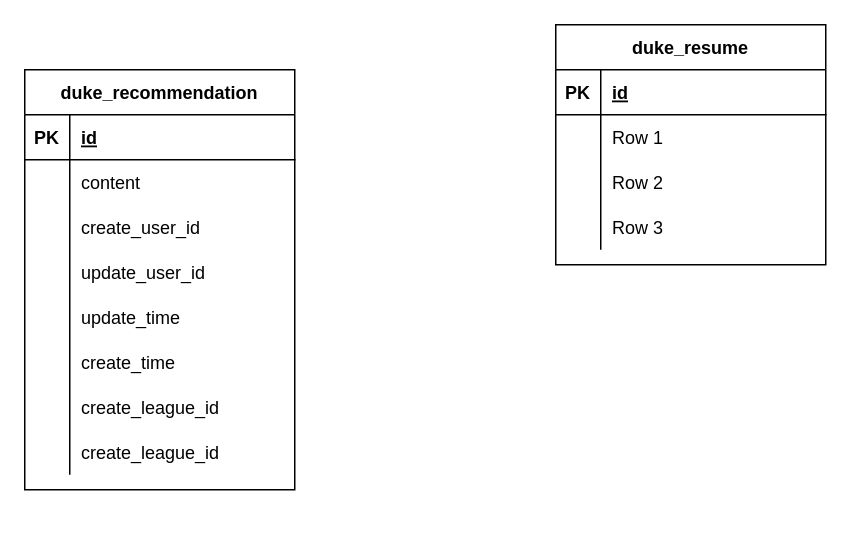
Earlier version of the draw.io diagram dukeRED.drawio (JohntunLiu/diagrams). Source tidied: cells renumbered, new cells numbered last; positions are measured from the earlier drawing's top-left corner, leaving out a move shared by most shapes. Both pictures are drawn from the tidied source at 150%, with x=0, y=0 at pixel (24, 24).
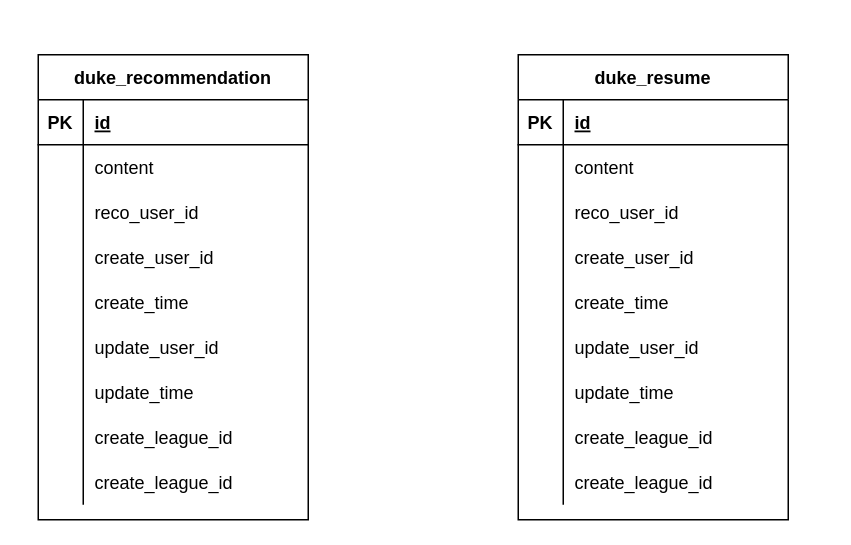
Above is the later version.

The change refers to these unchanged cells:
```xml
<mxCell id="31" style="shape=tableRow;horizontal=0;startSize=0;swimlaneHead=0;swimlaneBody=0;fillColor=none;top=0;left=0;right=0;bottom=0;" parent="27" vertex="1">
  <mxGeometry y="60" width="180" height="30" as="geometry" />
</mxCell>
<mxCell id="37" style="shape=tableRow;horizontal=0;startSize=0;swimlaneHead=0;swimlaneBody=0;fillColor=none;top=0;left=0;right=0;bottom=0;" parent="27" vertex="1">
  <mxGeometry y="120" width="180" height="30" as="geometry" />
</mxCell>
```

Change to the diagram source:
```diff
@@
     <mxCell id="2" value="duke_recommendation" style="shape=table;startSize=30;childLayout=tableLayout;rowLines=0;fontStyle=1;align=center;" parent="1" vertex="1">
-      <mxGeometry y="30" width="180" height="280" as="geometry" />
+      <mxGeometry x="9" y="20" width="180" height="310" as="geometry" />
     </mxCell>
@@
+    <mxCell id="40" style="shape=tableRow;horizontal=0;startSize=0;swimlaneHead=0;swimlaneBody=0;fillColor=none;top=0;left=0;right=0;bottom=0;" parent="2" vertex="1">
+      <mxGeometry y="90" width="180" height="30" as="geometry" />
+    </mxCell>
+    <mxCell id="41" style="shape=partialRectangle;fillColor=none;top=0;left=0;bottom=0;right=0;overflow=hidden;" parent="40" vertex="1">
+      <mxGeometry width="30" height="30" as="geometry" />
+    </mxCell>
+    <mxCell id="42" value="reco_user_id" style="shape=partialRectangle;fillColor=none;top=0;left=0;bottom=0;right=0;align=left;spacingLeft=6;overflow=hidden;" parent="40" vertex="1">
+      <mxGeometry x="30" width="150" height="30" as="geometry" />
+    </mxCell>
     <mxCell id="9" style="shape=tableRow;horizontal=0;startSize=0;swimlaneHead=0;swimlaneBody=0;fillColor=none;top=0;left=0;right=0;bottom=0;" parent="2" vertex="1">
-      <mxGeometry y="90" width="180" height="30" as="geometry" />
+      <mxGeometry y="120" width="180" height="30" as="geometry" />
     </mxCell>
@@
+    <mxCell id="18" style="shape=tableRow;horizontal=0;startSize=0;swimlaneHead=0;swimlaneBody=0;fillColor=none;top=0;left=0;right=0;bottom=0;" parent="2" vertex="1">
+      <mxGeometry y="150" width="180" height="30" as="geometry" />
+    </mxCell>
+    <mxCell id="19" style="shape=partialRectangle;fillColor=none;top=0;left=0;bottom=0;right=0;overflow=hidden;" parent="18" vertex="1">
+      <mxGeometry width="30" height="30" as="geometry" />
+    </mxCell>
+    <mxCell id="20" value="create_time" style="shape=partialRectangle;fillColor=none;top=0;left=0;bottom=0;right=0;align=left;spacingLeft=6;overflow=hidden;" parent="18" vertex="1">
+      <mxGeometry x="30" width="150" height="30" as="geometry" />
+    </mxCell>
     <mxCell id="12" style="shape=tableRow;horizontal=0;startSize=0;swimlaneHead=0;swimlaneBody=0;fillColor=none;top=0;left=0;right=0;bottom=0;" parent="2" vertex="1">
-      <mxGeometry y="120" width="180" height="30" as="geometry" />
+      <mxGeometry y="180" width="180" height="30" as="geometry" />
     </mxCell>
@@
     <mxCell id="15" style="shape=tableRow;horizontal=0;startSize=0;swimlaneHead=0;swimlaneBody=0;fillColor=none;top=0;left=0;right=0;bottom=0;" parent="2" vertex="1">
-      <mxGeometry y="150" width="180" height="30" as="geometry" />
+      <mxGeometry y="210" width="180" height="30" as="geometry" />
     </mxCell>
@@
-    <mxCell id="18" style="shape=tableRow;horizontal=0;startSize=0;swimlaneHead=0;swimlaneBody=0;fillColor=none;top=0;left=0;right=0;bottom=0;" parent="2" vertex="1">
-      <mxGeometry y="180" width="180" height="30" as="geometry" />
-    </mxCell>
-    <mxCell id="19" style="shape=partialRectangle;fillColor=none;top=0;left=0;bottom=0;right=0;overflow=hidden;" parent="18" vertex="1">
-      <mxGeometry width="30" height="30" as="geometry" />
-    </mxCell>
-    <mxCell id="20" value="create_time" style="shape=partialRectangle;fillColor=none;top=0;left=0;bottom=0;right=0;align=left;spacingLeft=6;overflow=hidden;" parent="18" vertex="1">
-      <mxGeometry x="30" width="150" height="30" as="geometry" />
-    </mxCell>
     <mxCell id="21" style="shape=tableRow;horizontal=0;startSize=0;swimlaneHead=0;swimlaneBody=0;fillColor=none;top=0;left=0;right=0;bottom=0;" parent="2" vertex="1">
-      <mxGeometry y="210" width="180" height="30" as="geometry" />
+      <mxGeometry y="240" width="180" height="30" as="geometry" />
     </mxCell>
@@
     <mxCell id="24" style="shape=tableRow;horizontal=0;startSize=0;swimlaneHead=0;swimlaneBody=0;fillColor=none;top=0;left=0;right=0;bottom=0;" parent="2" vertex="1">
-      <mxGeometry y="240" width="180" height="30" as="geometry" />
+      <mxGeometry y="270" width="180" height="30" as="geometry" />
     </mxCell>
@@
     <mxCell id="27" value="duke_resume" style="shape=table;startSize=30;childLayout=tableLayout;rowLines=0;fontStyle=1;align=center;" parent="1" vertex="1">
-      <mxGeometry x="354" width="180" height="160" as="geometry" />
+      <mxGeometry x="329" y="20" width="180" height="310" as="geometry" />
     </mxCell>
@@
-    <mxCell id="32" style="shape=partialRectangle;fillColor=none;top=0;left=0;bottom=0;right=0;overflow=hidden;" parent="31" vertex="1">
-      <mxGeometry width="30" height="30" as="geometry" />
-    </mxCell>
-    <mxCell id="33" value="Row 1" style="shape=partialRectangle;fillColor=none;top=0;left=0;bottom=0;right=0;align=left;spacingLeft=6;overflow=hidden;" parent="31" vertex="1">
-      <mxGeometry x="30" width="150" height="30" as="geometry" />
-    </mxCell>
-    <mxCell id="34" style="shape=tableRow;horizontal=0;startSize=0;swimlaneHead=0;swimlaneBody=0;fillColor=none;top=0;left=0;right=0;bottom=0;" parent="27" vertex="1">
-      <mxGeometry y="90" width="180" height="30" as="geometry" />
-    </mxCell>
-    <mxCell id="35" style="shape=partialRectangle;fillColor=none;top=0;left=0;bottom=0;right=0;overflow=hidden;" parent="34" vertex="1">
-      <mxGeometry width="30" height="30" as="geometry" />
-    </mxCell>
-    <mxCell id="36" value="Row 2" style="shape=partialRectangle;fillColor=none;top=0;left=0;bottom=0;right=0;align=left;spacingLeft=6;overflow=hidden;" parent="34" vertex="1">
-      <mxGeometry x="30" width="150" height="30" as="geometry" />
-    </mxCell>
+    <mxCell id="43" style="shape=partialRectangle;fillColor=none;top=0;left=0;bottom=0;right=0;overflow=hidden;" parent="31" vertex="1">
+      <mxGeometry width="30" height="30" as="geometry" />
+    </mxCell>
+    <mxCell id="44" value="content" style="shape=partialRectangle;fillColor=none;top=0;left=0;bottom=0;right=0;align=left;spacingLeft=6;overflow=hidden;" parent="31" vertex="1">
+      <mxGeometry x="30" width="150" height="30" as="geometry" />
+    </mxCell>
+    <mxCell id="45" style="shape=tableRow;horizontal=0;startSize=0;swimlaneHead=0;swimlaneBody=0;fillColor=none;top=0;left=0;right=0;bottom=0;" parent="27" vertex="1">
+      <mxGeometry y="90" width="180" height="30" as="geometry" />
+    </mxCell>
+    <mxCell id="46" style="shape=partialRectangle;fillColor=none;top=0;left=0;bottom=0;right=0;overflow=hidden;" parent="45" vertex="1">
+      <mxGeometry width="30" height="30" as="geometry" />
+    </mxCell>
+    <mxCell id="47" value="reco_user_id" style="shape=partialRectangle;fillColor=none;top=0;left=0;bottom=0;right=0;align=left;spacingLeft=6;overflow=hidden;" parent="45" vertex="1">
+      <mxGeometry x="30" width="150" height="30" as="geometry" />
+    </mxCell>
@@
-    <mxCell id="38" style="shape=partialRectangle;fillColor=none;top=0;left=0;bottom=0;right=0;overflow=hidden;" parent="37" vertex="1">
-      <mxGeometry width="30" height="30" as="geometry" />
-    </mxCell>
-    <mxCell id="39" value="Row 3" style="shape=partialRectangle;fillColor=none;top=0;left=0;bottom=0;right=0;align=left;spacingLeft=6;overflow=hidden;" parent="37" vertex="1">
-      <mxGeometry x="30" width="150" height="30" as="geometry" />
-    </mxCell>
+    <mxCell id="48" style="shape=partialRectangle;fillColor=none;top=0;left=0;bottom=0;right=0;overflow=hidden;" parent="37" vertex="1">
+      <mxGeometry width="30" height="30" as="geometry" />
+    </mxCell>
+    <mxCell id="49" value="create_user_id" style="shape=partialRectangle;fillColor=none;top=0;left=0;bottom=0;right=0;align=left;spacingLeft=6;overflow=hidden;" parent="37" vertex="1">
+      <mxGeometry x="30" width="150" height="30" as="geometry" />
+    </mxCell>
+    <mxCell id="50" style="shape=tableRow;horizontal=0;startSize=0;swimlaneHead=0;swimlaneBody=0;fillColor=none;top=0;left=0;right=0;bottom=0;" parent="27" vertex="1">
+      <mxGeometry y="150" width="180" height="30" as="geometry" />
+    </mxCell>
+    <mxCell id="51" style="shape=partialRectangle;fillColor=none;top=0;left=0;bottom=0;right=0;overflow=hidden;" parent="50" vertex="1">
+      <mxGeometry width="30" height="30" as="geometry" />
+    </mxCell>
+    <mxCell id="52" value="create_time" style="shape=partialRectangle;fillColor=none;top=0;left=0;bottom=0;right=0;align=left;spacingLeft=6;overflow=hidden;" parent="50" vertex="1">
+      <mxGeometry x="30" width="150" height="30" as="geometry" />
+    </mxCell>
+    <mxCell id="53" style="shape=tableRow;horizontal=0;startSize=0;swimlaneHead=0;swimlaneBody=0;fillColor=none;top=0;left=0;right=0;bottom=0;" parent="27" vertex="1">
+      <mxGeometry y="180" width="180" height="30" as="geometry" />
+    </mxCell>
+    <mxCell id="54" style="shape=partialRectangle;fillColor=none;top=0;left=0;bottom=0;right=0;overflow=hidden;" parent="53" vertex="1">
+      <mxGeometry width="30" height="30" as="geometry" />
+    </mxCell>
+    <mxCell id="55" value="update_user_id" style="shape=partialRectangle;fillColor=none;top=0;left=0;bottom=0;right=0;align=left;spacingLeft=6;overflow=hidden;" parent="53" vertex="1">
+      <mxGeometry x="30" width="150" height="30" as="geometry" />
+    </mxCell>
+    <mxCell id="56" style="shape=tableRow;horizontal=0;startSize=0;swimlaneHead=0;swimlaneBody=0;fillColor=none;top=0;left=0;right=0;bottom=0;" parent="27" vertex="1">
+      <mxGeometry y="210" width="180" height="30" as="geometry" />
+    </mxCell>
+    <mxCell id="57" style="shape=partialRectangle;fillColor=none;top=0;left=0;bottom=0;right=0;overflow=hidden;" parent="56" vertex="1">
+      <mxGeometry width="30" height="30" as="geometry" />
+    </mxCell>
+    <mxCell id="58" value="update_time" style="shape=partialRectangle;fillColor=none;top=0;left=0;bottom=0;right=0;align=left;spacingLeft=6;overflow=hidden;" parent="56" vertex="1">
+      <mxGeometry x="30" width="150" height="30" as="geometry" />
+    </mxCell>
+    <mxCell id="59" style="shape=tableRow;horizontal=0;startSize=0;swimlaneHead=0;swimlaneBody=0;fillColor=none;top=0;left=0;right=0;bottom=0;" parent="27" vertex="1">
+      <mxGeometry y="240" width="180" height="30" as="geometry" />
+    </mxCell>
+    <mxCell id="60" style="shape=partialRectangle;fillColor=none;top=0;left=0;bottom=0;right=0;overflow=hidden;" parent="59" vertex="1">
+      <mxGeometry width="30" height="30" as="geometry" />
+    </mxCell>
+    <mxCell id="61" value="create_league_id" style="shape=partialRectangle;fillColor=none;top=0;left=0;bottom=0;right=0;align=left;spacingLeft=6;overflow=hidden;" parent="59" vertex="1">
+      <mxGeometry x="30" width="150" height="30" as="geometry" />
+    </mxCell>
+    <mxCell id="62" style="shape=tableRow;horizontal=0;startSize=0;swimlaneHead=0;swimlaneBody=0;fillColor=none;top=0;left=0;right=0;bottom=0;" parent="27" vertex="1">
+      <mxGeometry y="270" width="180" height="30" as="geometry" />
+    </mxCell>
+    <mxCell id="63" style="shape=partialRectangle;fillColor=none;top=0;left=0;bottom=0;right=0;overflow=hidden;" parent="62" vertex="1">
+      <mxGeometry width="30" height="30" as="geometry" />
+    </mxCell>
+    <mxCell id="64" value="create_league_id" style="shape=partialRectangle;fillColor=none;top=0;left=0;bottom=0;right=0;align=left;spacingLeft=6;overflow=hidden;" parent="62" vertex="1">
+      <mxGeometry x="30" width="150" height="30" as="geometry" />
+    </mxCell>
```
